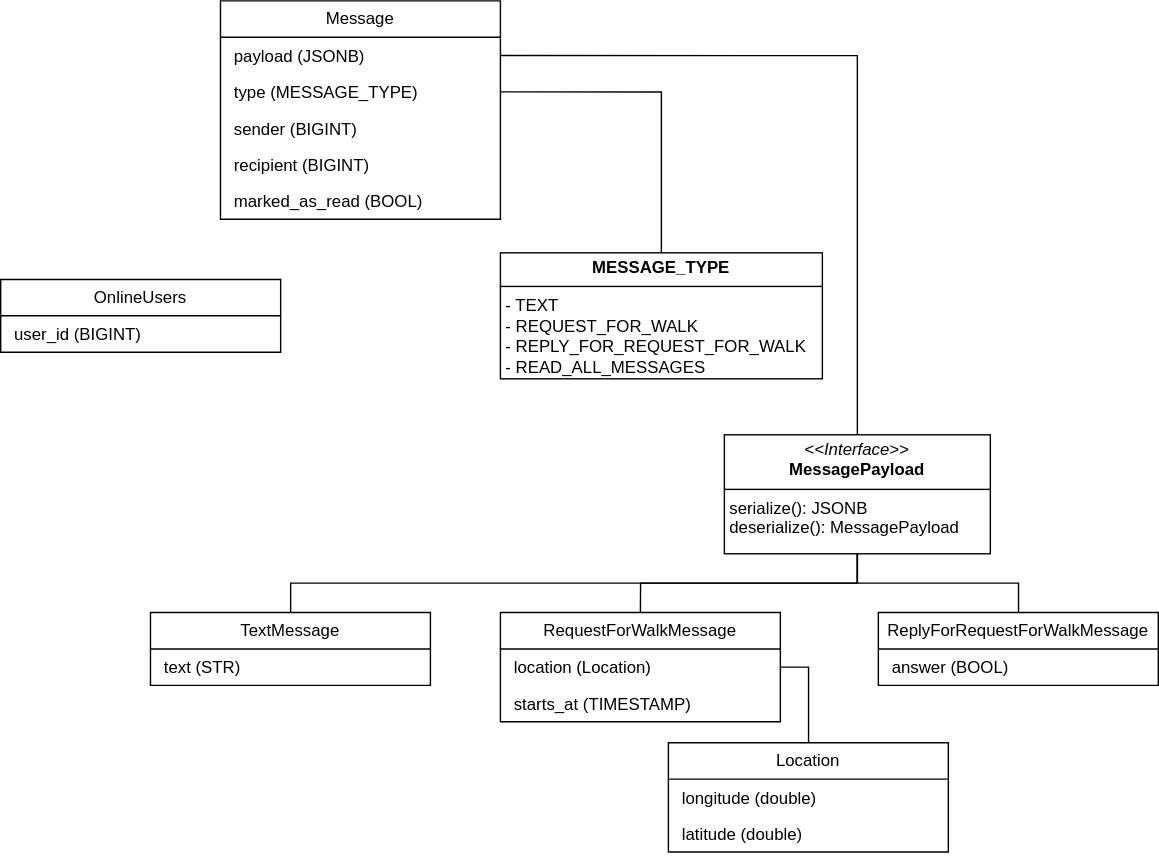
Earlier version of the draw.io export doc/img/domain_model.drawio.svg (ru-random-walk/chat-service). Source tidied: cells renumbered, new cells last; positions are measured from the earlier drawing's top-left corner, leaving out a move shared by most shapes.
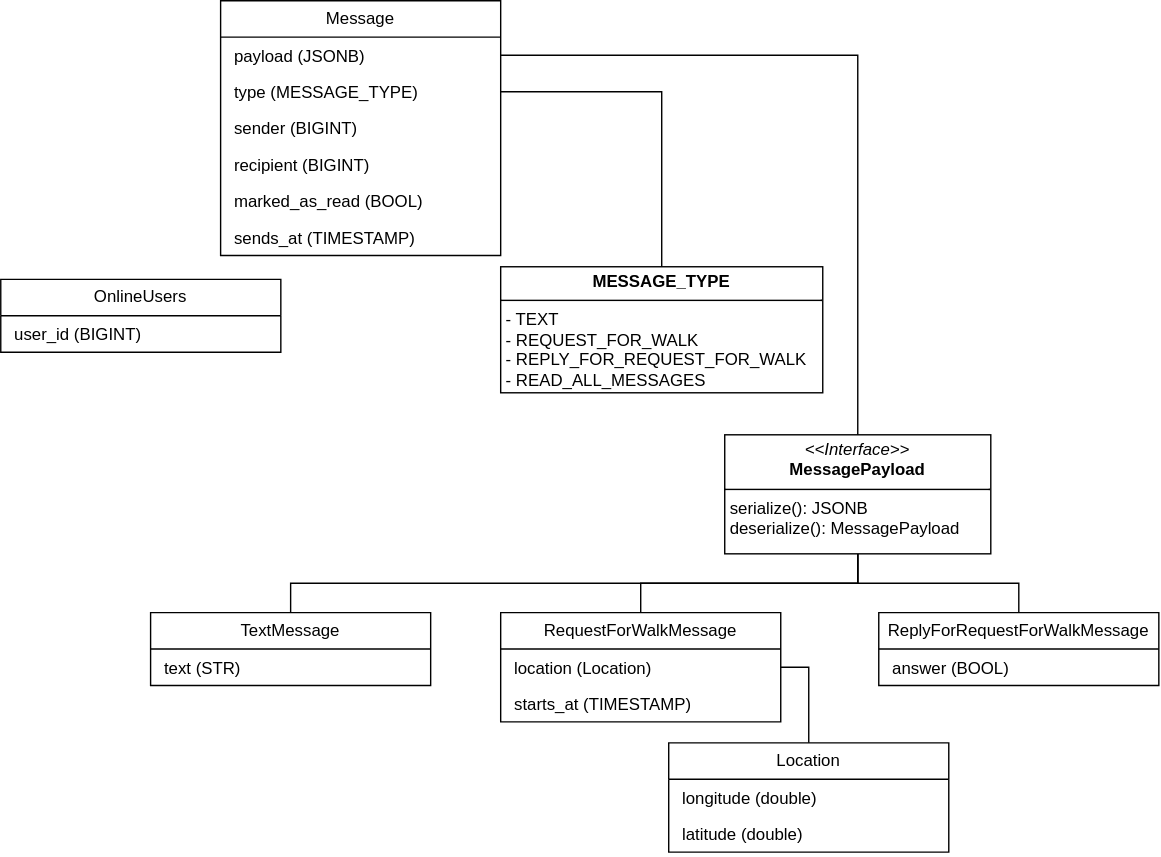
The same diagram one commit later.

Commit message:
RANDOMWALK-7: add timestamp field for message

Diff of the diagram source:
```diff
@@ -3,7 +3,7 @@
     <mxCell id="0" />
     <mxCell id="1" parent="0" />
     <mxCell id="2" value="Message" style="swimlane;fontStyle=0;horizontal=1;startSize=26;fillColor=#FFFFFF;whiteSpace=wrap;html=1;" parent="1" vertex="1">
-      <mxGeometry x="157" width="200" height="156" as="geometry" />
+      <mxGeometry x="157" width="200" height="182" as="geometry" />
     </mxCell>
     <mxCell id="3" value="&lt;p style=&quot;margin: 0px 0px 0px 4px;&quot;&gt;payload (JSONB)&lt;/p&gt;" style="text;strokeColor=none;fillColor=none;align=left;verticalAlign=top;spacingLeft=4;spacingRight=4;overflow=hidden;points=[[0,0.5],[1,0.5]];portConstraint=eastwest;whiteSpace=wrap;html=1;" parent="2" vertex="1">
       <mxGeometry y="26" width="200" height="26" as="geometry" />
@@ -20,8 +20,11 @@
     <mxCell id="7" value="&lt;p style=&quot;margin: 0px 0px 0px 4px;&quot;&gt;marked_as_read (BOOL)&lt;/p&gt;" style="text;strokeColor=none;fillColor=none;align=left;verticalAlign=top;spacingLeft=4;spacingRight=4;overflow=hidden;whiteSpace=wrap;html=1;" parent="2" vertex="1">
       <mxGeometry y="130" width="200" height="26" as="geometry" />
     </mxCell>
+    <mxCell id="28" value="&lt;p style=&quot;margin: 0px 0px 0px 4px;&quot;&gt;sends_at (TIMESTAMP)&lt;/p&gt;" style="text;strokeColor=none;fillColor=none;align=left;verticalAlign=top;spacingLeft=4;spacingRight=4;overflow=hidden;whiteSpace=wrap;html=1;" parent="2" vertex="1">
+      <mxGeometry y="156" width="200" height="26" as="geometry" />
+    </mxCell>
     <mxCell id="8" value="&lt;p style=&quot;margin:0px;margin-top:4px;text-align:center;&quot;&gt;&lt;b style=&quot;text-align: left;&quot;&gt;MESSAGE_TYPE&lt;/b&gt;&lt;br&gt;&lt;/p&gt;&lt;hr size=&quot;1&quot; style=&quot;border-style:solid;&quot;&gt;&lt;p style=&quot;margin:0px;margin-left:4px;&quot;&gt;- TEXT&lt;/p&gt;&lt;p style=&quot;margin:0px;margin-left:4px;&quot;&gt;- REQUEST_FOR_WALK&lt;/p&gt;&lt;p style=&quot;margin:0px;margin-left:4px;&quot;&gt;- REPLY_FOR_&lt;span style=&quot;background-color: initial;&quot;&gt;REQUEST_FOR_WALK&lt;br&gt;- READ_ALL_MESSAGES&lt;/span&gt;&lt;/p&gt;" style="verticalAlign=top;align=left;overflow=fill;html=1;whiteSpace=wrap;" parent="1" vertex="1">
-      <mxGeometry x="357" y="180" width="230" height="90" as="geometry" />
+      <mxGeometry x="357" y="190" width="230" height="90" as="geometry" />
     </mxCell>
     <mxCell id="9" style="edgeStyle=orthogonalEdgeStyle;rounded=0;jettySize=auto;html=1;exitX=1;exitY=0.5;exitDx=0;exitDy=0;endArrow=none;endFill=0;" parent="1" edge="1" source="4" target="8">
       <mxGeometry relative="1" as="geometry" />
```
